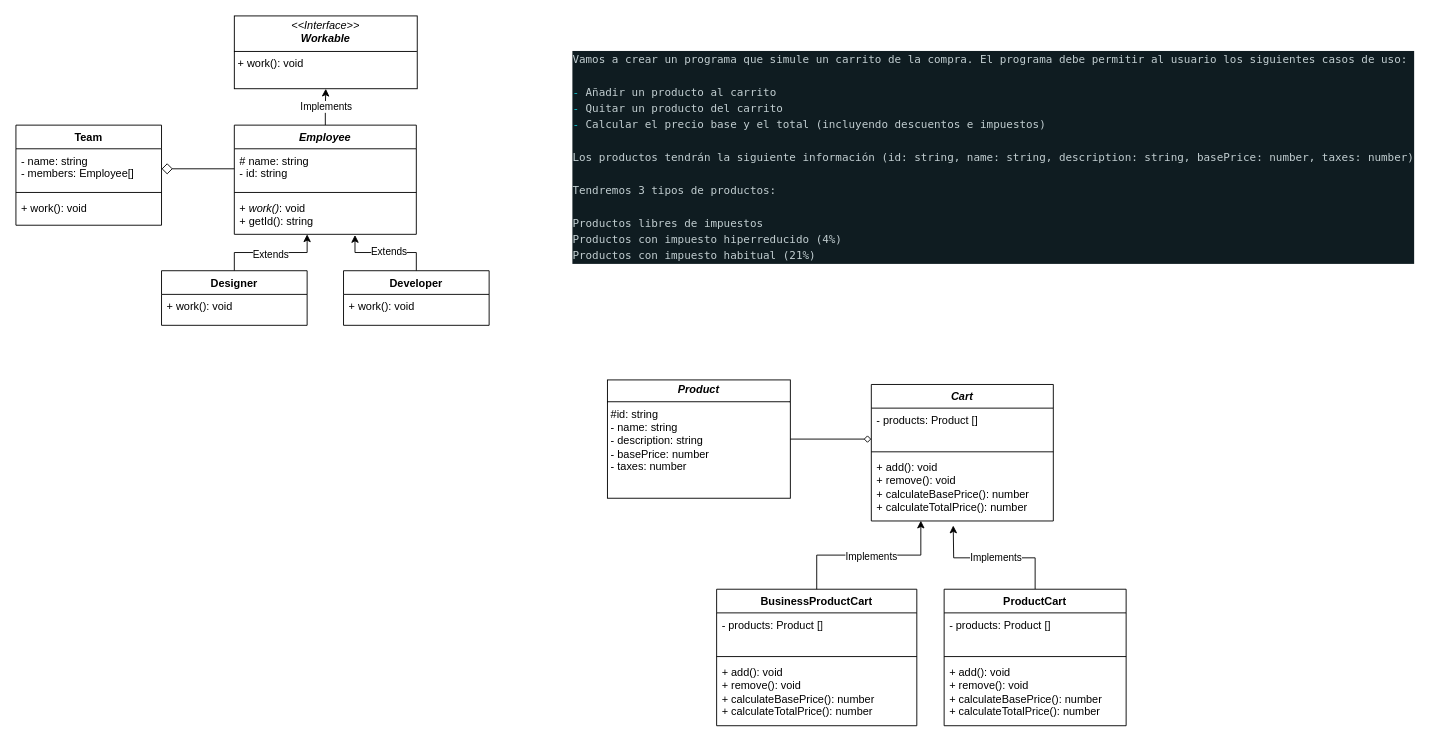
Before: Untitled Diagram.drawio in ccbabcn/oop-and-uml-introduction, a draw.io diagram. Source tidied: cells renumbered, new cells numbered last; positions are measured from the earlier drawing's top-left corner, leaving out a move shared by most shapes. Both pictures are drawn from the tidied source at 91%, with x=0, y=0 at pixel (15, 15).
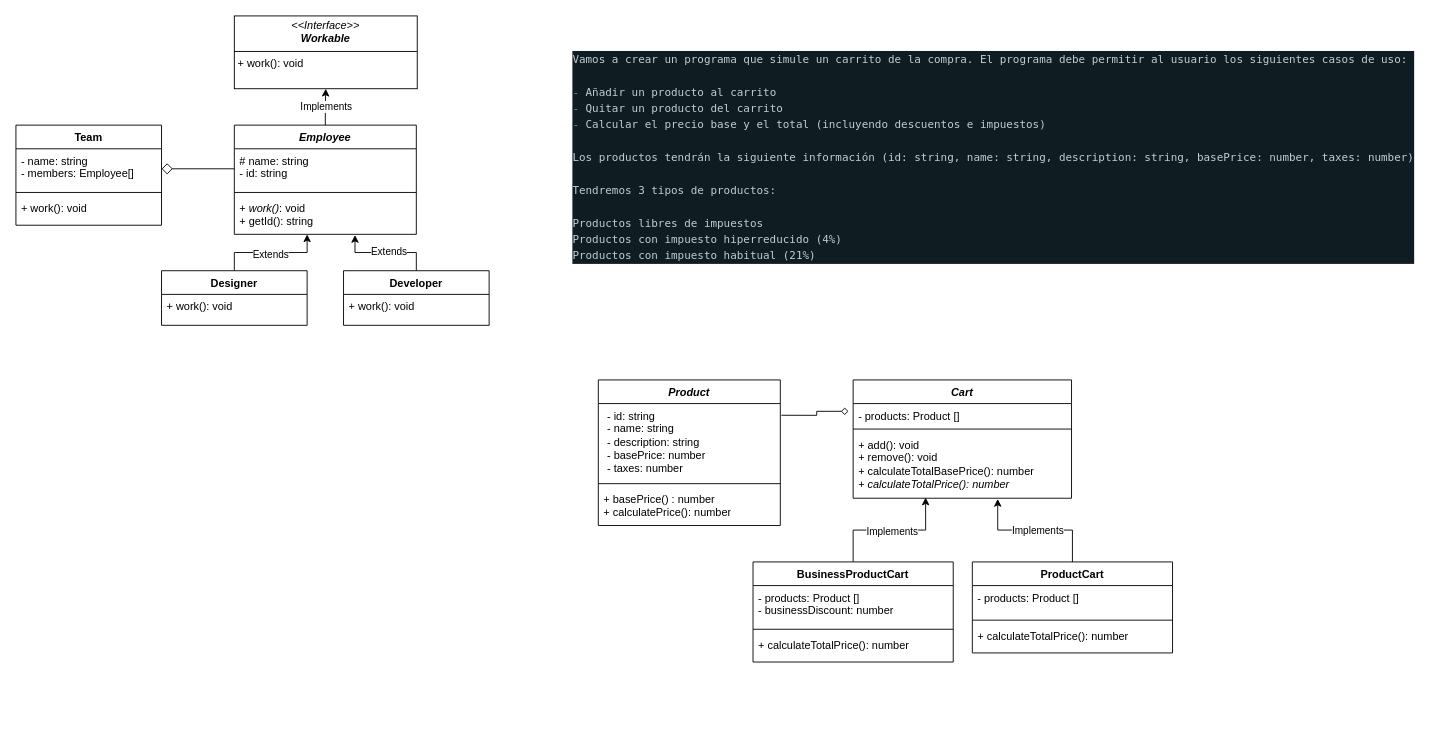
After the change.

The edit, as a diff of the source:
```diff
@@
-    <mxCell id="23" value="&lt;p style=&quot;margin:0px;margin-top:4px;text-align:center;&quot;&gt;&lt;b&gt;&lt;i&gt;Product&lt;/i&gt;&lt;/b&gt;&lt;/p&gt;&lt;hr size=&quot;1&quot; style=&quot;border-style:solid;&quot;&gt;&lt;p style=&quot;margin:0px;margin-left:4px;&quot;&gt;&lt;span style=&quot;background-color: initial;&quot;&gt;#id: string&lt;/span&gt;&lt;br&gt;&lt;/p&gt;&lt;p style=&quot;margin:0px;margin-left:4px;&quot;&gt;&lt;span style=&quot;background-color: initial;&quot;&gt;- name: string&lt;/span&gt;&lt;/p&gt;&lt;p style=&quot;margin:0px;margin-left:4px;&quot;&gt;&lt;span style=&quot;background-color: initial;&quot;&gt;- description: string&lt;/span&gt;&lt;/p&gt;&lt;p style=&quot;margin:0px;margin-left:4px;&quot;&gt;&lt;span style=&quot;background-color: initial;&quot;&gt;- basePrice: number&lt;/span&gt;&lt;/p&gt;&lt;p style=&quot;margin:0px;margin-left:4px;&quot;&gt;&lt;span style=&quot;background-color: initial;&quot;&gt;- taxes: number&lt;/span&gt;&lt;/p&gt;&lt;p style=&quot;margin:0px;margin-left:4px;&quot;&gt;&lt;span style=&quot;background-color: initial;&quot;&gt;&lt;br&gt;&lt;/span&gt;&lt;/p&gt;" style="verticalAlign=top;align=left;overflow=fill;html=1;whiteSpace=wrap;" parent="1" vertex="1">
-      <mxGeometry x="650" y="400" width="201" height="130" as="geometry" />
-    </mxCell>
     <mxCell id="24" value="&lt;i&gt;Cart&lt;/i&gt;" style="swimlane;fontStyle=1;align=center;verticalAlign=top;horizontal=1;startSize=26;whiteSpace=wrap;html=1;" parent="1" vertex="1">
-      <mxGeometry x="940" y="405" width="200" height="150" as="geometry" />
+      <mxGeometry x="920" y="400" width="240" height="130" as="geometry" />
     </mxCell>
     <mxCell id="25" value="&lt;div&gt;- products: Product []&lt;/div&gt;" style="text;strokeColor=none;fillColor=none;align=left;verticalAlign=top;spacingLeft=4;spacingRight=4;overflow=hidden;points=[[0,0.5],[1,0.5]];portConstraint=eastwest;whiteSpace=wrap;html=1;" parent="24" vertex="1">
-      <mxGeometry y="26" width="200" height="44" as="geometry" />
+      <mxGeometry y="26" width="240" height="24" as="geometry" />
     </mxCell>
     <mxCell id="26" style="line;strokeWidth=1;fillColor=none;align=left;verticalAlign=middle;spacingTop=-1;spacingLeft=3;spacingRight=3;labelPosition=right;strokeColor=inherit;" parent="24" vertex="1">
-      <mxGeometry y="70" width="200" height="8" as="geometry" />
+      <mxGeometry y="50" width="240" height="8" as="geometry" />
     </mxCell>
-    <mxCell id="27" value="+ add(): void&lt;div&gt;+ remove(): void&lt;/div&gt;&lt;div&gt;+ calculateBasePrice(): number&lt;br&gt;&lt;/div&gt;&lt;div&gt;+ calculateTotalPrice(): number&lt;/div&gt;" style="text;strokeColor=none;fillColor=none;align=left;verticalAlign=top;spacingLeft=4;spacingRight=4;overflow=hidden;points=[[0,0.5],[1,0.5]];portConstraint=eastwest;whiteSpace=wrap;html=1;" parent="24" vertex="1">
-      <mxGeometry y="78" width="200" height="72" as="geometry" />
+    <mxCell id="27" value="+ add(): void&lt;div&gt;+ remove(): void&lt;/div&gt;&lt;div&gt;+ calculateTotalBasePrice(): number&lt;br&gt;&lt;/div&gt;&lt;div&gt;+ &lt;i&gt;calculateTotalPrice(): number&lt;/i&gt;&lt;/div&gt;" style="text;strokeColor=none;fillColor=none;align=left;verticalAlign=top;spacingLeft=4;spacingRight=4;overflow=hidden;points=[[0,0.5],[1,0.5]];portConstraint=eastwest;whiteSpace=wrap;html=1;" parent="24" vertex="1">
+      <mxGeometry y="58" width="240" height="72" as="geometry" />
     </mxCell>
-    <mxCell id="28" style="edgeStyle=orthogonalEdgeStyle;rounded=0;jettySize=auto;html=1;entryX=0;entryY=0.773;entryDx=0;entryDy=0;entryPerimeter=0;endArrow=diamond;endFill=0;" parent="1" edge="1" source="23" target="25">
+    <mxCell id="28" style="edgeStyle=orthogonalEdgeStyle;rounded=0;jettySize=auto;html=1;entryX=-0.021;entryY=0.353;entryDx=0;entryDy=0;entryPerimeter=0;endArrow=diamond;endFill=0;exitX=1.006;exitY=0.153;exitDx=0;exitDy=0;exitPerimeter=0;" parent="1" edge="1" source="42" target="25">
       <mxGeometry relative="1" as="geometry" />
     </mxCell>
-    <mxCell id="29" style="edgeStyle=orthogonalEdgeStyle;rounded=0;jettySize=auto;html=1;exitX=0.5;exitY=0;exitDx=0;exitDy=0;" parent="1" edge="1" source="31">
-      <mxGeometry relative="1" as="geometry">
-        <mxPoint x="1030" y="560" as="targetPoint" />
-      </mxGeometry>
+    <mxCell id="29" style="edgeStyle=orthogonalEdgeStyle;rounded=0;jettySize=auto;html=1;exitX=0.5;exitY=0;exitDx=0;exitDy=0;entryX=0.662;entryY=1.011;entryDx=0;entryDy=0;entryPerimeter=0;" parent="1" edge="1" source="31" target="27">
+      <mxGeometry relative="1" as="geometry" />
     </mxCell>
@@
     <mxCell id="31" value="ProductCart" style="swimlane;fontStyle=1;align=center;verticalAlign=top;horizontal=1;startSize=26;whiteSpace=wrap;html=1;" parent="1" vertex="1">
-      <mxGeometry x="1020" y="630" width="200" height="150" as="geometry" />
+      <mxGeometry x="1051" y="600" width="220" height="100" as="geometry" />
     </mxCell>
     <mxCell id="32" value="&lt;div&gt;- products: Product []&lt;/div&gt;" style="text;strokeColor=none;fillColor=none;align=left;verticalAlign=top;spacingLeft=4;spacingRight=4;overflow=hidden;whiteSpace=wrap;html=1;" parent="31" vertex="1">
-      <mxGeometry y="26" width="200" height="44" as="geometry" />
+      <mxGeometry y="26" width="220" height="34" as="geometry" />
     </mxCell>
     <mxCell id="33" style="line;strokeWidth=1;fillColor=none;align=left;verticalAlign=middle;spacingTop=-1;spacingLeft=3;spacingRight=3;labelPosition=right;strokeColor=inherit;" parent="31" vertex="1">
-      <mxGeometry y="70" width="200" height="8" as="geometry" />
+      <mxGeometry y="60" width="220" height="8" as="geometry" />
     </mxCell>
-    <mxCell id="34" value="+ add(): void&lt;div&gt;+ remove(): void&lt;/div&gt;&lt;div&gt;+ calculateBasePrice(): number&lt;br&gt;&lt;/div&gt;&lt;div&gt;+ calculateTotalPrice(): number&lt;/div&gt;" style="text;strokeColor=none;fillColor=none;align=left;verticalAlign=top;spacingLeft=4;spacingRight=4;overflow=hidden;whiteSpace=wrap;html=1;" parent="31" vertex="1">
-      <mxGeometry y="78" width="200" height="72" as="geometry" />
+    <mxCell id="34" value="&lt;div&gt;&lt;span style=&quot;background-color: initial;&quot;&gt;+ calculateTotalPrice(): number&lt;/span&gt;&lt;br&gt;&lt;/div&gt;" style="text;strokeColor=none;fillColor=none;align=left;verticalAlign=top;spacingLeft=4;spacingRight=4;overflow=hidden;whiteSpace=wrap;html=1;" parent="31" vertex="1">
+      <mxGeometry y="68" width="220" height="32" as="geometry" />
     </mxCell>
     <mxCell id="35" value="BusinessProductCart" style="swimlane;fontStyle=1;align=center;verticalAlign=top;horizontal=1;startSize=26;whiteSpace=wrap;html=1;" parent="1" vertex="1">
-      <mxGeometry x="770" y="630" width="220" height="150" as="geometry" />
+      <mxGeometry x="810" y="600" width="220" height="110" as="geometry" />
     </mxCell>
-    <mxCell id="36" value="&lt;div&gt;- products: Product []&lt;/div&gt;" style="text;strokeColor=none;fillColor=none;align=left;verticalAlign=top;spacingLeft=4;spacingRight=4;overflow=hidden;whiteSpace=wrap;html=1;" parent="35" vertex="1">
+    <mxCell id="36" value="&lt;div&gt;- products: Product []&lt;/div&gt;&lt;div&gt;- businessDiscount: number&lt;/div&gt;" style="text;strokeColor=none;fillColor=none;align=left;verticalAlign=top;spacingLeft=4;spacingRight=4;overflow=hidden;whiteSpace=wrap;html=1;" parent="35" vertex="1">
       <mxGeometry y="26" width="220" height="44" as="geometry" />
     </mxCell>
@@
-    <mxCell id="38" value="+ add(): void&lt;div&gt;+ remove(): void&lt;/div&gt;&lt;div&gt;+ calculateBasePrice(): number&lt;br&gt;&lt;/div&gt;&lt;div&gt;+ calculateTotalPrice(): number&lt;/div&gt;" style="text;strokeColor=none;fillColor=none;align=left;verticalAlign=top;spacingLeft=4;spacingRight=4;overflow=hidden;whiteSpace=wrap;html=1;" parent="35" vertex="1">
-      <mxGeometry y="78" width="220" height="72" as="geometry" />
+    <mxCell id="38" value="&lt;div&gt;&lt;span style=&quot;background-color: initial;&quot;&gt;+ calculateTotalPrice(): number&lt;/span&gt;&lt;br&gt;&lt;/div&gt;" style="text;strokeColor=none;fillColor=none;align=left;verticalAlign=top;spacingLeft=4;spacingRight=4;overflow=hidden;whiteSpace=wrap;html=1;" parent="35" vertex="1">
+      <mxGeometry y="78" width="220" height="32" as="geometry" />
     </mxCell>
-    <mxCell id="39" style="edgeStyle=orthogonalEdgeStyle;rounded=0;jettySize=auto;html=1;entryX=0.272;entryY=0.995;entryDx=0;entryDy=0;entryPerimeter=0;" parent="1" edge="1" source="35" target="27">
+    <mxCell id="39" style="edgeStyle=orthogonalEdgeStyle;rounded=0;jettySize=auto;html=1;entryX=0.332;entryY=0.989;entryDx=0;entryDy=0;entryPerimeter=0;" parent="1" edge="1" source="35" target="27">
       <mxGeometry relative="1" as="geometry" />
     </mxCell>
@@
+    <mxCell id="41" value="&lt;i&gt;Product&lt;/i&gt;" style="swimlane;fontStyle=1;align=center;verticalAlign=top;horizontal=1;startSize=26;whiteSpace=wrap;html=1;" parent="1" vertex="1">
+      <mxGeometry x="640" y="400" width="200" height="160" as="geometry" />
+    </mxCell>
+    <mxCell id="42" value="&lt;p style=&quot;margin: 0px 0px 0px 4px;&quot;&gt;&lt;span style=&quot;background-color: initial;&quot;&gt;- id: string&lt;/span&gt;&lt;br&gt;&lt;/p&gt;&lt;p style=&quot;margin: 0px 0px 0px 4px;&quot;&gt;&lt;span style=&quot;background-color: initial;&quot;&gt;- name: string&lt;/span&gt;&lt;/p&gt;&lt;p style=&quot;margin: 0px 0px 0px 4px;&quot;&gt;&lt;span style=&quot;background-color: initial;&quot;&gt;- description: string&lt;/span&gt;&lt;/p&gt;&lt;p style=&quot;margin: 0px 0px 0px 4px;&quot;&gt;&lt;span style=&quot;background-color: initial;&quot;&gt;- basePrice: number&lt;/span&gt;&lt;/p&gt;&lt;p style=&quot;margin: 0px 0px 0px 4px;&quot;&gt;&lt;span style=&quot;background-color: initial;&quot;&gt;- taxes: number&lt;/span&gt;&lt;/p&gt;" style="text;strokeColor=none;fillColor=none;align=left;verticalAlign=top;spacingLeft=4;spacingRight=4;overflow=hidden;points=[[0,0.5],[1,0.5]];portConstraint=eastwest;whiteSpace=wrap;html=1;" parent="41" vertex="1">
+      <mxGeometry y="26" width="200" height="84" as="geometry" />
+    </mxCell>
+    <mxCell id="43" style="line;strokeWidth=1;fillColor=none;align=left;verticalAlign=middle;spacingTop=-1;spacingLeft=3;spacingRight=3;labelPosition=right;strokeColor=inherit;" parent="41" vertex="1">
+      <mxGeometry y="110" width="200" height="8" as="geometry" />
+    </mxCell>
+    <mxCell id="44" value="+ basePrice() : number&lt;br&gt;&lt;div&gt;+ calculatePrice(): number&lt;/div&gt;" style="text;strokeColor=none;fillColor=none;align=left;verticalAlign=top;spacingLeft=4;spacingRight=4;overflow=hidden;whiteSpace=wrap;html=1;" parent="41" vertex="1">
+      <mxGeometry y="118" width="200" height="42" as="geometry" />
+    </mxCell>
```
